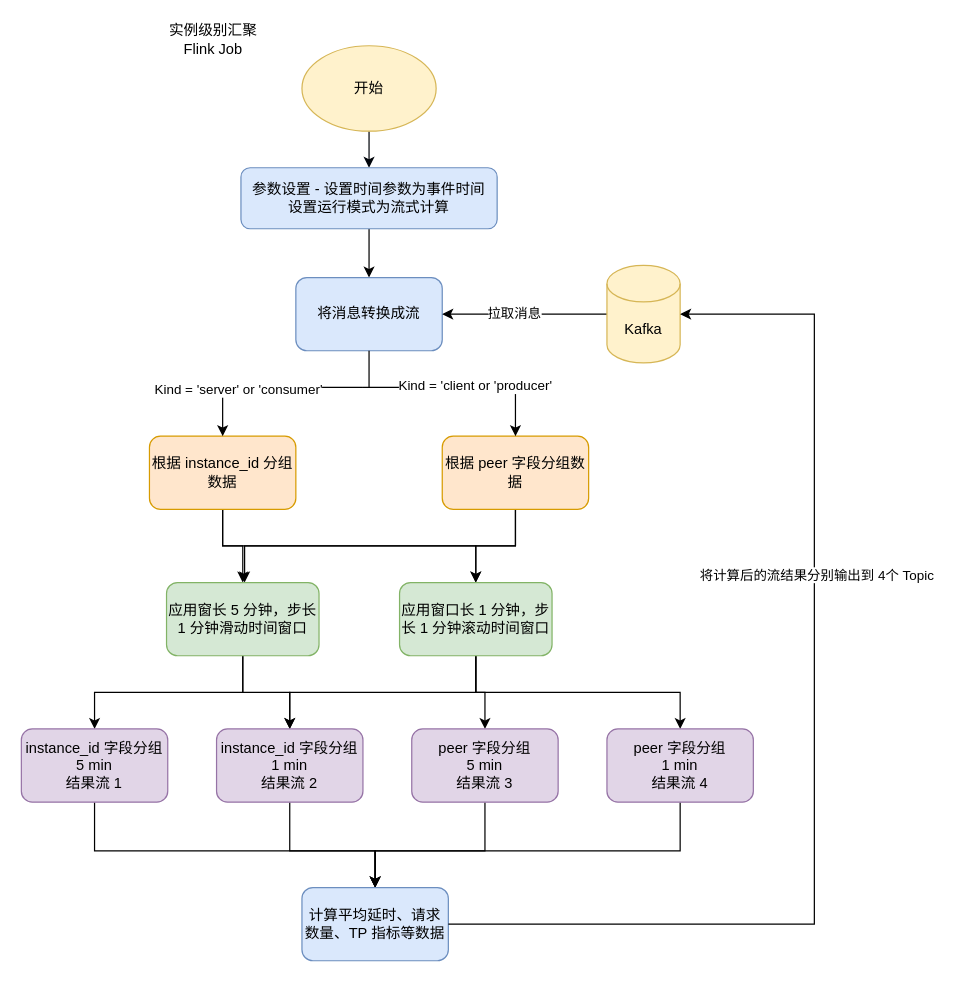
Above: draw.io/Flink 代码细节.drawio in KeatonLi/pictures (draw.io), before the change. Source tidied: cells renumbered, new cells numbered last; positions are measured from the earlier drawing's top-left corner, leaving out a move shared by most shapes. Both pictures are drawn from the tidied source at 122%, with x=0, y=0 at pixel (21, 21).
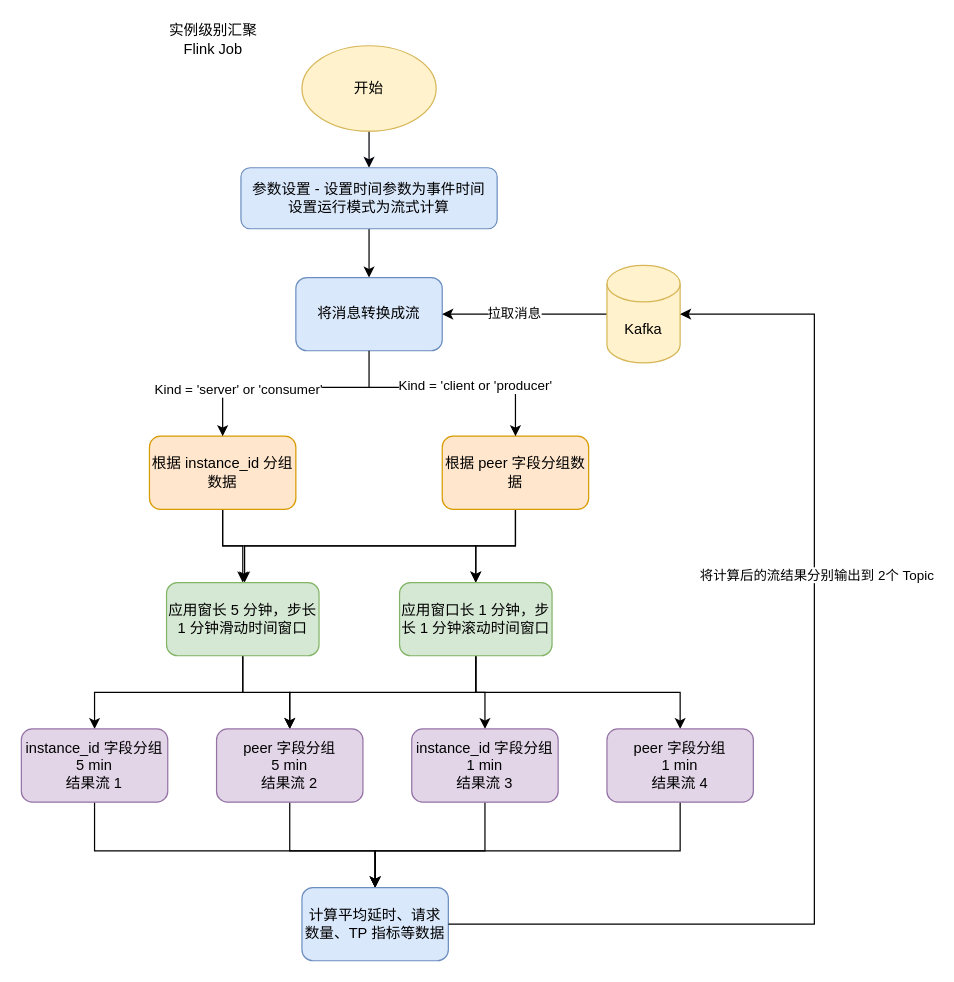
The same page after the edit.

Commit message (it also covers changes not shown here):
更新Flink 代码细节.drawio

The change refers to these unchanged cells:
```xml
<mxCell id="38" style="edgeStyle=orthogonalEdgeStyle;rounded=0;jettySize=auto;html=1;entryX=1;entryY=0.5;entryDx=0;entryDy=0;entryPerimeter=0;" parent="1" edge="1" source="37" target="9">
  <mxGeometry relative="1" as="geometry">
    <Array as="points">
      <mxPoint x="650" y="740" />
      <mxPoint x="650" y="240" />
    </Array>
  </mxGeometry>
</mxCell>
```

What changed in the source:
```diff
@@
-    <mxCell id="34" value="instance_id 字段分组&lt;div&gt;&lt;span style=&quot;background-color: transparent; color: light-dark(rgb(0, 0, 0), rgb(255, 255, 255));&quot;&gt;1 min&lt;/span&gt;&lt;div&gt;结果流 2&lt;/div&gt;&lt;/div&gt;" style="rounded=1;whiteSpace=wrap;html=1;fillColor=#e1d5e7;strokeColor=#9673a6;" parent="1" vertex="1">
+    <mxCell id="34" value="peer 字段分组&lt;div&gt;&lt;span style=&quot;background-color: transparent; color: light-dark(rgb(0, 0, 0), rgb(255, 255, 255));&quot;&gt;5 min&lt;/span&gt;&lt;div&gt;结果流 2&lt;/div&gt;&lt;/div&gt;" style="rounded=1;whiteSpace=wrap;html=1;fillColor=#e1d5e7;strokeColor=#9673a6;" parent="1" vertex="1">
       <mxGeometry x="160" y="580" width="120" height="60" as="geometry" />
     </mxCell>
@@
-    <mxCell id="36" value="peer 字段分组&lt;div&gt;&lt;span style=&quot;background-color: transparent; color: light-dark(rgb(0, 0, 0), rgb(255, 255, 255));&quot;&gt;5 min&lt;/span&gt;&lt;div&gt;&lt;div&gt;结果流 3&lt;/div&gt;&lt;/div&gt;&lt;/div&gt;" style="rounded=1;whiteSpace=wrap;html=1;fillColor=#e1d5e7;strokeColor=#9673a6;" parent="1" vertex="1">
+    <mxCell id="36" value="instance_id 字段分组&lt;div&gt;&lt;span style=&quot;background-color: transparent; color: light-dark(rgb(0, 0, 0), rgb(255, 255, 255));&quot;&gt;1 min&lt;/span&gt;&lt;div&gt;结果流 3&lt;/div&gt;&lt;/div&gt;" style="rounded=1;whiteSpace=wrap;html=1;fillColor=#e1d5e7;strokeColor=#9673a6;" parent="1" vertex="1">
       <mxGeometry x="320" y="580" width="120" height="60" as="geometry" />
     </mxCell>
@@
-    <mxCell id="39" value="将计算后的流结果分别输出到 4个 Topic" style="edgeLabel;html=1;align=center;verticalAlign=middle;" parent="38" vertex="1">
+    <mxCell id="39" value="将计算后的流结果分别输出到 2个 Topic" style="edgeLabel;html=1;align=center;verticalAlign=middle;" parent="38" vertex="1">
       <mxGeometry x="0.29" y="-1" relative="1" as="geometry" />
     </mxCell>
```
